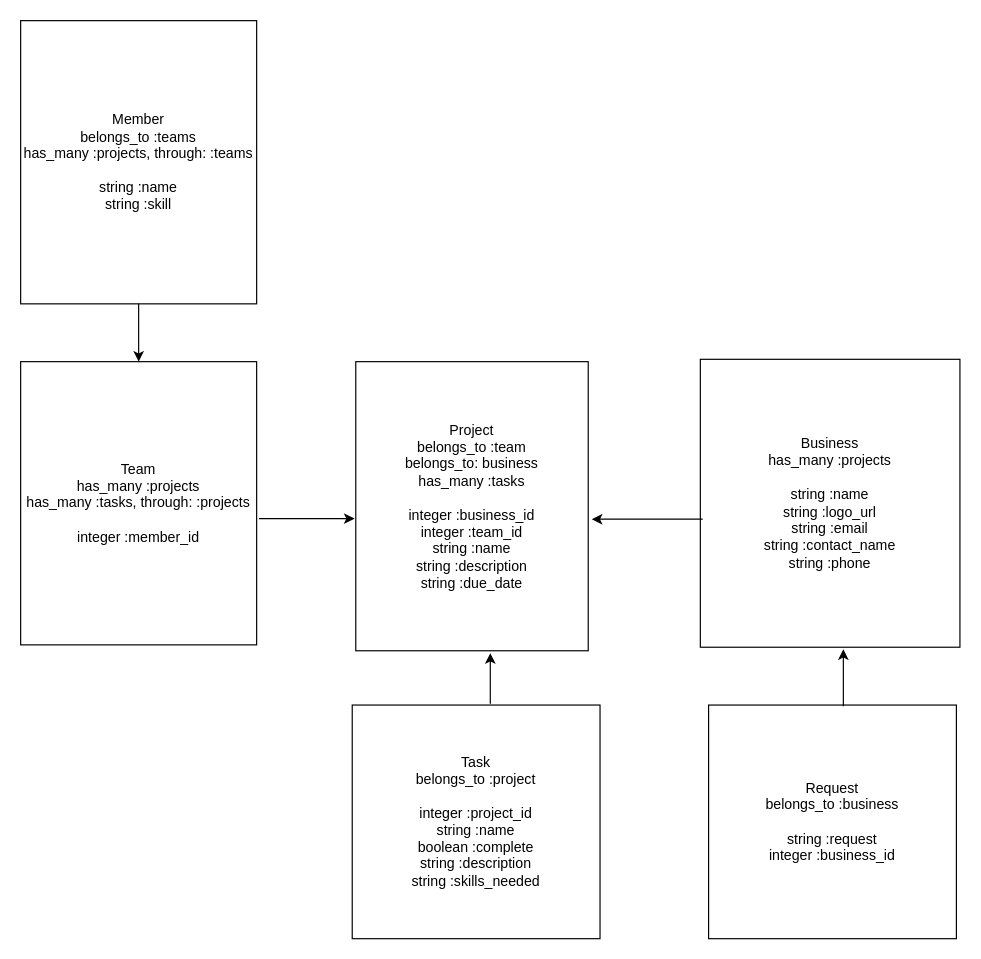
kkochie/phase-3-sinatra-react-project keeps this draw.io diagram as erd-kk.svg.drawio. Above is the earlier version. Source tidied: cells renumbered, new cells numbered last; positions are measured from the earlier drawing's top-left corner, leaving out a move shared by most shapes. Both pictures are drawn from the tidied source at 118%, with x=0, y=0 at pixel (20, 20).
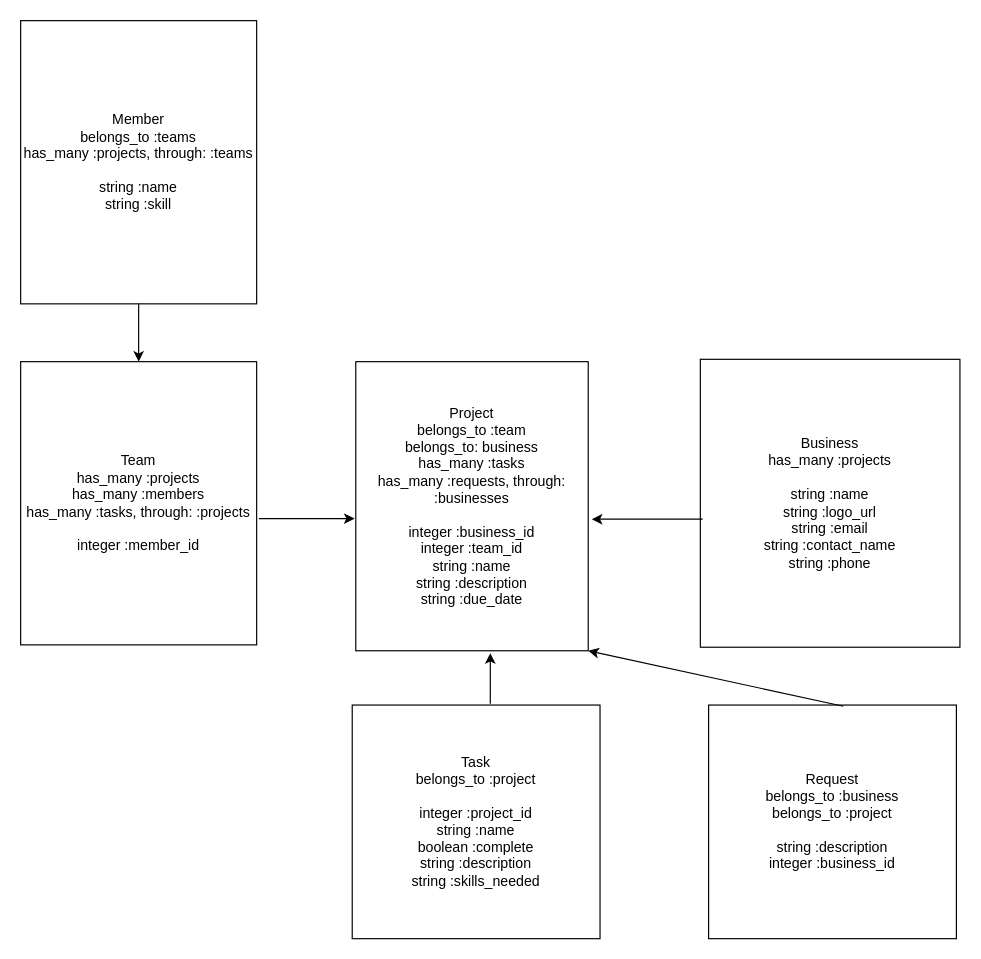
The same page after the edit.

What changed in the source:
```diff
@@
 <mxGraphModel>
   <root>
     <mxCell id="0" />
     <mxCell id="1" parent="0" />
-    <mxCell id="2" value="Team&lt;br&gt;has_many :projects&lt;br&gt;has_many :tasks, through: :projects&lt;br&gt;&lt;br&gt;integer :member_id" style="whiteSpace=wrap;html=1;" parent="1" vertex="1">
+    <mxCell id="2" value="Team&lt;br&gt;has_many :projects&lt;br&gt;has_many :members&lt;br&gt;has_many :tasks, through: :projects&lt;br&gt;&lt;br&gt;integer :member_id" style="whiteSpace=wrap;html=1;" parent="1" vertex="1">
       <mxGeometry y="289" width="200" height="240" as="geometry" />
     </mxCell>
-    <mxCell id="3" value="Project&lt;br&gt;belongs_to :team&lt;br&gt;belongs_to: business&lt;br&gt;has_many :tasks&lt;br&gt;&lt;br&gt;integer :business_id&lt;br&gt;integer :team_id&lt;br&gt;string :name&lt;br&gt;string :description&lt;br&gt;string :due_date" style="whiteSpace=wrap;html=1;" parent="1" vertex="1">
+    <mxCell id="3" value="Project&lt;br&gt;belongs_to :team&lt;br&gt;belongs_to: business&lt;br&gt;has_many :tasks&lt;br&gt;has_many :requests, through: :businesses&lt;br&gt;&lt;br&gt;integer :business_id&lt;br&gt;integer :team_id&lt;br&gt;string :name&lt;br&gt;string :description&lt;br&gt;string :due_date" style="whiteSpace=wrap;html=1;" parent="1" vertex="1">
       <mxGeometry x="284" y="289" width="197" height="245" as="geometry" />
     </mxCell>
     <mxCell id="4" value="Business&lt;br&gt;has_many :projects&lt;br&gt;&lt;br&gt;string :name&lt;br&gt;string :logo_url&lt;br&gt;string :email&lt;br&gt;string :contact_name&lt;br&gt;string :phone" style="whiteSpace=wrap;html=1;" parent="1" vertex="1">
       <mxGeometry x="576" y="287" width="220" height="244" as="geometry" />
     </mxCell>
     <mxCell id="5" style="endArrow=classic;html=1;entryX=1.015;entryY=0.59;entryDx=0;entryDy=0;entryPerimeter=0;exitX=0;exitY=0.592;exitDx=0;exitDy=0;exitPerimeter=0;" parent="1" edge="1">
       <mxGeometry relative="1" as="geometry">
         <mxPoint x="578" y="422.4" as="sourcePoint" />
         <mxPoint x="484" y="422.5" as="targetPoint" />
       </mxGeometry>
     </mxCell>
     <mxCell id="6" style="endArrow=classic;html=1;exitX=1.01;exitY=0.554;exitDx=0;exitDy=0;exitPerimeter=0;" parent="1" edge="1" source="2">
       <mxGeometry relative="1" as="geometry">
         <mxPoint x="283" y="422" as="targetPoint" />
       </mxGeometry>
     </mxCell>
     <mxCell id="7" value="Task&lt;br&gt;belongs_to :project&lt;br&gt;&lt;br&gt;integer :project_id&lt;br&gt;string :name&lt;br&gt;boolean :complete&lt;br&gt;string :description&lt;br&gt;string :skills_needed" style="whiteSpace=wrap;html=1;" parent="1" vertex="1">
       <mxGeometry x="281" y="580" width="210" height="198" as="geometry" />
     </mxCell>
     <mxCell id="8" style="endArrow=classic;html=1;" parent="1" edge="1">
       <mxGeometry relative="1" as="geometry">
         <mxPoint x="398" y="579" as="sourcePoint" />
         <mxPoint x="398" y="536" as="targetPoint" />
       </mxGeometry>
     </mxCell>
-    <mxCell id="9" value="Request&lt;br&gt;belongs_to :business&lt;br&gt;&lt;br&gt;string :request&lt;br&gt;integer :business_id" style="whiteSpace=wrap;html=1;" parent="1" vertex="1">
+    <mxCell id="9" value="Request&lt;br&gt;belongs_to :business&lt;br&gt;belongs_to :project&lt;br&gt;&lt;br&gt;string :description&lt;br&gt;integer :business_id" style="whiteSpace=wrap;html=1;" parent="1" vertex="1">
       <mxGeometry x="583" y="580" width="210" height="198" as="geometry" />
     </mxCell>
-    <mxCell id="10" style="endArrow=classic;html=1;entryX=0.542;entryY=1.015;entryDx=0;entryDy=0;entryPerimeter=0;exitX=0.544;exitY=0.025;exitDx=0;exitDy=0;exitPerimeter=0;" parent="1" edge="1">
+    <mxCell id="10" style="endArrow=classic;html=1;exitX=0.544;exitY=0.025;exitDx=0;exitDy=0;exitPerimeter=0;entryX=1;entryY=1;entryDx=0;entryDy=0;" parent="1" edge="1" target="3">
       <mxGeometry relative="1" as="geometry">
         <mxPoint x="697.2" y="581" as="sourcePoint" />
-        <mxPoint x="697.2" y="532.7" as="targetPoint" />
       </mxGeometry>
     </mxCell>
     <mxCell id="11" value="Member&lt;br&gt;belongs_to :teams&lt;br&gt;has_many :projects, through: :teams&lt;br&gt;&lt;br&gt;string :name&lt;br&gt;string :skill" style="whiteSpace=wrap;html=1;" parent="1" vertex="1">
       <mxGeometry width="200" height="240" as="geometry" />
     </mxCell>
     <mxCell id="12" style="endArrow=classic;html=1;exitX=0.5;exitY=1;exitDx=0;exitDy=0;" parent="1" edge="1" source="11" target="2">
       <mxGeometry relative="1" as="geometry" />
     </mxCell>
   </root>
 </mxGraphModel>
```
